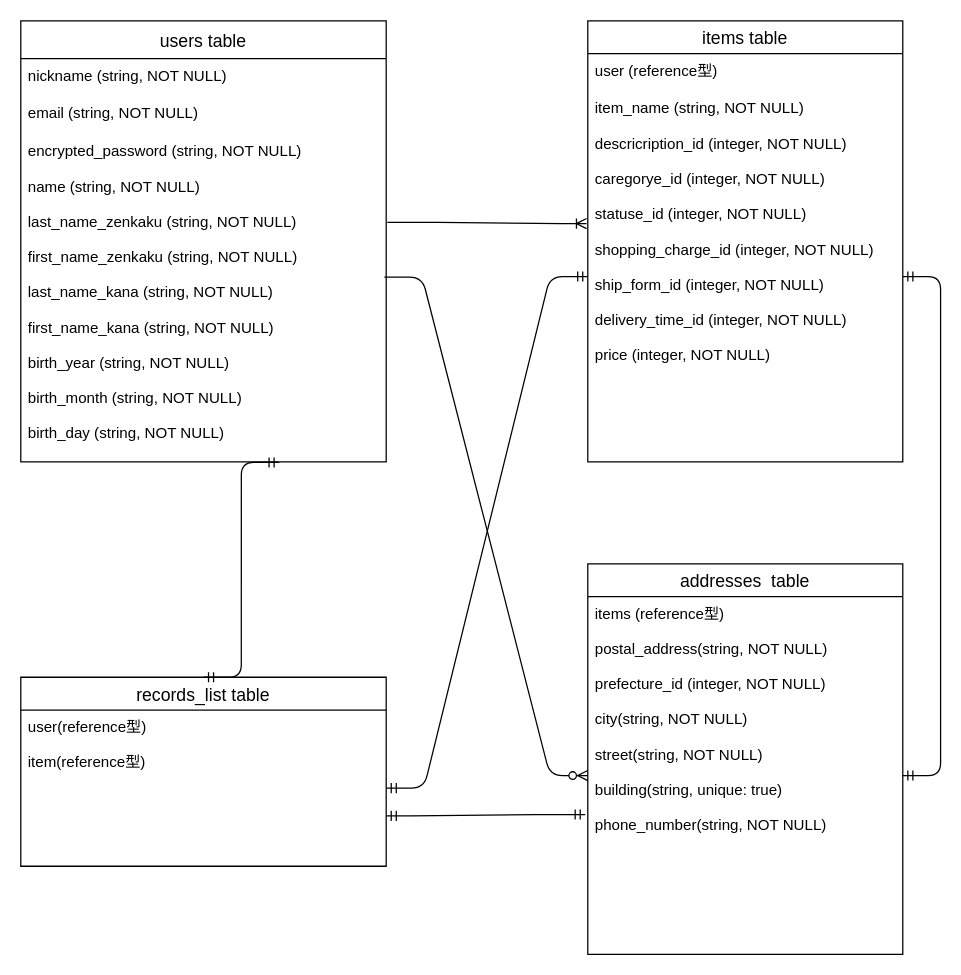
The draw.io diagram database.dio in manbou310/furima-35838, before the edit. Source tidied: cells renumbered, new cells numbered last; positions are measured from the earlier drawing's top-left corner, leaving out a move shared by most shapes. Both pictures are drawn from the tidied source at 126%, with x=0, y=0 at pixel (20, 20).
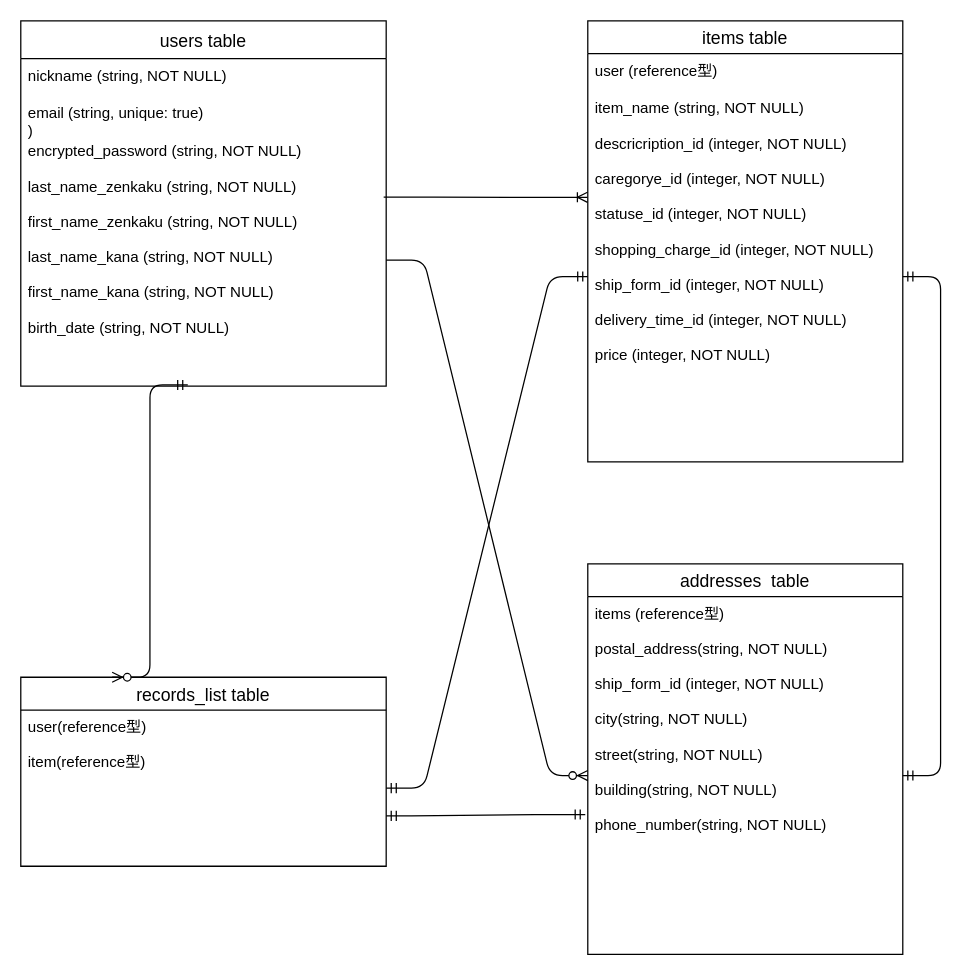
Above is the later version.

Commit message (it also covers changes not shown here):
データベース設計修正

Unchanged cells that the change refers to:
```xml
<mxCell id="6" value="addresses  table" style="swimlane;fontStyle=0;horizontal=1;startSize=26;align=center;fontSize=14;" parent="1" vertex="1">
  <mxGeometry x="450" y="431" width="250" height="310" as="geometry" />
</mxCell>
<mxCell id="10" value="item_name (string, NOT NULL)&#10;&#10;descricription_id (integer, NOT NULL)&#10;&#10;caregorye_id (integer, NOT NULL)&#10;&#10;statuse_id (integer, NOT NULL)&#10;&#10;shopping_charge_id (integer, NOT NULL)&#10;&#10;ship_form_id (integer, NOT NULL)&#10;&#10;delivery_time_id (integer, NOT NULL)&#10;&#10;price (integer, NOT NULL)&#10;&#10;" style="text;strokeColor=none;fillColor=none;spacingLeft=4;spacingRight=4;overflow=hidden;points=[[0,0.5],[1,0.5]];portConstraint=eastwest;fontSize=12;" parent="8" vertex="1">
  <mxGeometry y="56" width="250" height="294" as="geometry" />
</mxCell>
<mxCell id="13" value="records_list table" style="swimlane;fontStyle=0;horizontal=1;startSize=26;align=center;fontSize=14;" parent="1" vertex="1">
  <mxGeometry y="521" width="290" height="150" as="geometry" />
</mxCell>
```

Change to the diagram source:
```diff
@@
     <mxCell id="2" value="users table" style="swimlane;fontStyle=0;horizontal=1;startSize=30;align=center;fontSize=14;" parent="1" vertex="1">
-      <mxGeometry width="290" height="350" as="geometry" />
+      <mxGeometry width="290" height="290" as="geometry" />
     </mxCell>
@@
-    <mxCell id="4" value="email (string, NOT NULL)" style="text;strokeColor=none;fillColor=none;spacingLeft=4;spacingRight=4;overflow=hidden;fontSize=12;" parent="2" vertex="1">
+    <mxCell id="4" value="email (string, unique: true)&#10;)" style="text;strokeColor=none;fillColor=none;spacingLeft=4;spacingRight=4;overflow=hidden;fontSize=12;" parent="2" vertex="1">
       <mxGeometry y="60" width="290" height="30" as="geometry" />
     </mxCell>
-    <mxCell id="5" value="encrypted_password (string, NOT NULL)&#10;&#10;name (string, NOT NULL)&#10;&#10;last_name_zenkaku (string, NOT NULL)&#10;&#10;first_name_zenkaku (string, NOT NULL)&#10;&#10;last_name_kana (string, NOT NULL)&#10;&#10;first_name_kana (string, NOT NULL)&#10;&#10;birth_year (string, NOT NULL)&#10;&#10;birth_month (string, NOT NULL)&#10;&#10;birth_day (string, NOT NULL)&#10;&#10;" style="text;strokeColor=none;fillColor=none;spacingLeft=4;spacingRight=4;overflow=hidden;points=[[0,0.5],[1,0.5]];portConstraint=eastwest;fontSize=12;" parent="2" vertex="1">
-      <mxGeometry y="90" width="290" height="260" as="geometry" />
+    <mxCell id="5" value="encrypted_password (string, NOT NULL)&#10;&#10;last_name_zenkaku (string, NOT NULL)&#10;&#10;first_name_zenkaku (string, NOT NULL)&#10;&#10;last_name_kana (string, NOT NULL)&#10;&#10;first_name_kana (string, NOT NULL)&#10;&#10;birth_date (string, NOT NULL)&#10;" style="text;strokeColor=none;fillColor=none;spacingLeft=4;spacingRight=4;overflow=hidden;points=[[0,0.5],[1,0.5]];portConstraint=eastwest;fontSize=12;" parent="2" vertex="1">
+      <mxGeometry y="90" width="290" height="200" as="geometry" />
     </mxCell>
@@
-    <mxCell id="7" value="items (reference型)&#10;&#10;postal_address(string, NOT NULL)&#10;&#10;prefecture_id (integer, NOT NULL)&#10;&#10;city(string, NOT NULL)&#10;&#10;street(string, NOT NULL)&#10;&#10;building(string, unique: true)&#10;&#10;phone_number(string, NOT NULL)" style="text;strokeColor=none;fillColor=none;spacingLeft=4;spacingRight=4;overflow=hidden;points=[[0,0.5],[1,0.5]];portConstraint=eastwest;fontSize=12;" parent="6" vertex="1">
+    <mxCell id="7" value="items (reference型)&#10;&#10;postal_address(string, NOT NULL)&#10;&#10;ship_form_id (integer, NOT NULL)&#10;&#10;city(string, NOT NULL)&#10;&#10;street(string, NOT NULL)&#10;&#10;building(string, NOT NULL)&#10;&#10;phone_number(string, NOT NULL)" style="text;strokeColor=none;fillColor=none;spacingLeft=4;spacingRight=4;overflow=hidden;points=[[0,0.5],[1,0.5]];portConstraint=eastwest;fontSize=12;" parent="6" vertex="1">
       <mxGeometry y="26" width="250" height="284" as="geometry" />
     </mxCell>
@@
-    <mxCell id="11" style="edgeStyle=entityRelationEdgeStyle;fontSize=12;html=1;endArrow=ERoneToMany;exitX=1.003;exitY=0.269;exitDx=0;exitDy=0;exitPerimeter=0;entryX=-0.004;entryY=0.357;entryDx=0;entryDy=0;entryPerimeter=0;" parent="1" edge="1" source="5" target="10">
-      <mxGeometry relative="1" as="geometry" />
+    <mxCell id="11" style="edgeStyle=entityRelationEdgeStyle;fontSize=12;html=1;endArrow=ERoneToMany;entryX=-0.001;entryY=0.286;entryDx=0;entryDy=0;entryPerimeter=0;" parent="1" edge="1" target="10">
+      <mxGeometry relative="1" as="geometry">
+        <mxPoint x="288" y="140" as="sourcePoint" />
+      </mxGeometry>
     </mxCell>
-    <mxCell id="12" style="edgeStyle=entityRelationEdgeStyle;fontSize=12;html=1;endArrow=ERzeroToMany;endFill=1;exitX=0.995;exitY=0.436;exitDx=0;exitDy=0;exitPerimeter=0;" parent="1" edge="1" source="5" target="7">
+    <mxCell id="12" style="edgeStyle=entityRelationEdgeStyle;fontSize=12;html=1;endArrow=ERzeroToMany;endFill=1;exitX=1;exitY=0.5;exitDx=0;exitDy=0;" parent="1" edge="1" source="5" target="7">
       <mxGeometry relative="1" as="geometry" />
     </mxCell>
@@
-    <mxCell id="17" style="edgeStyle=entityRelationEdgeStyle;fontSize=12;html=1;endArrow=ERmandOne;startArrow=ERmandOne;exitX=0.5;exitY=0;exitDx=0;exitDy=0;entryX=0.707;entryY=1.002;entryDx=0;entryDy=0;entryPerimeter=0;" parent="1" edge="1" source="13" target="5">
-      <mxGeometry relative="1" as="geometry" />
-    </mxCell>
@@
+    <mxCell id="19" style="edgeStyle=entityRelationEdgeStyle;fontSize=12;html=1;endArrow=ERzeroToMany;startArrow=ERmandOne;entryX=0.25;entryY=0;entryDx=0;entryDy=0;exitX=0.457;exitY=0.995;exitDx=0;exitDy=0;exitPerimeter=0;" parent="1" edge="1" source="5" target="13">
+      <mxGeometry relative="1" as="geometry" />
+    </mxCell>
```
